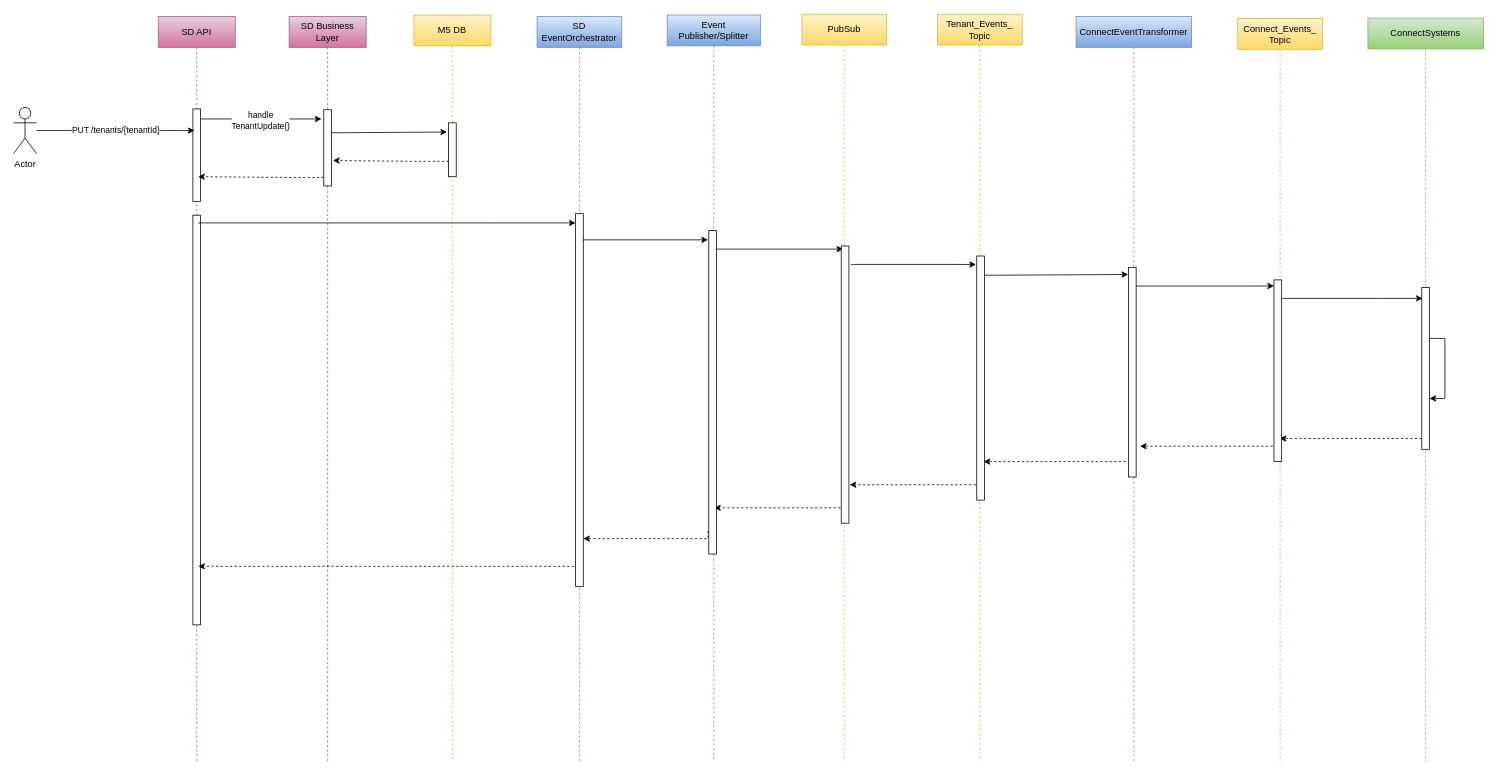
Earlier version of the draw.io diagram TenantSequence.drawio (srinivaspuranamhyd/arc-diagrams). Source tidied: cells renumbered, new cells numbered last; positions are measured from the earlier drawing's top-left corner, leaving out a move shared by most shapes. Both pictures are drawn from the tidied source at 77%, with x=0, y=0 at pixel (13, 14).
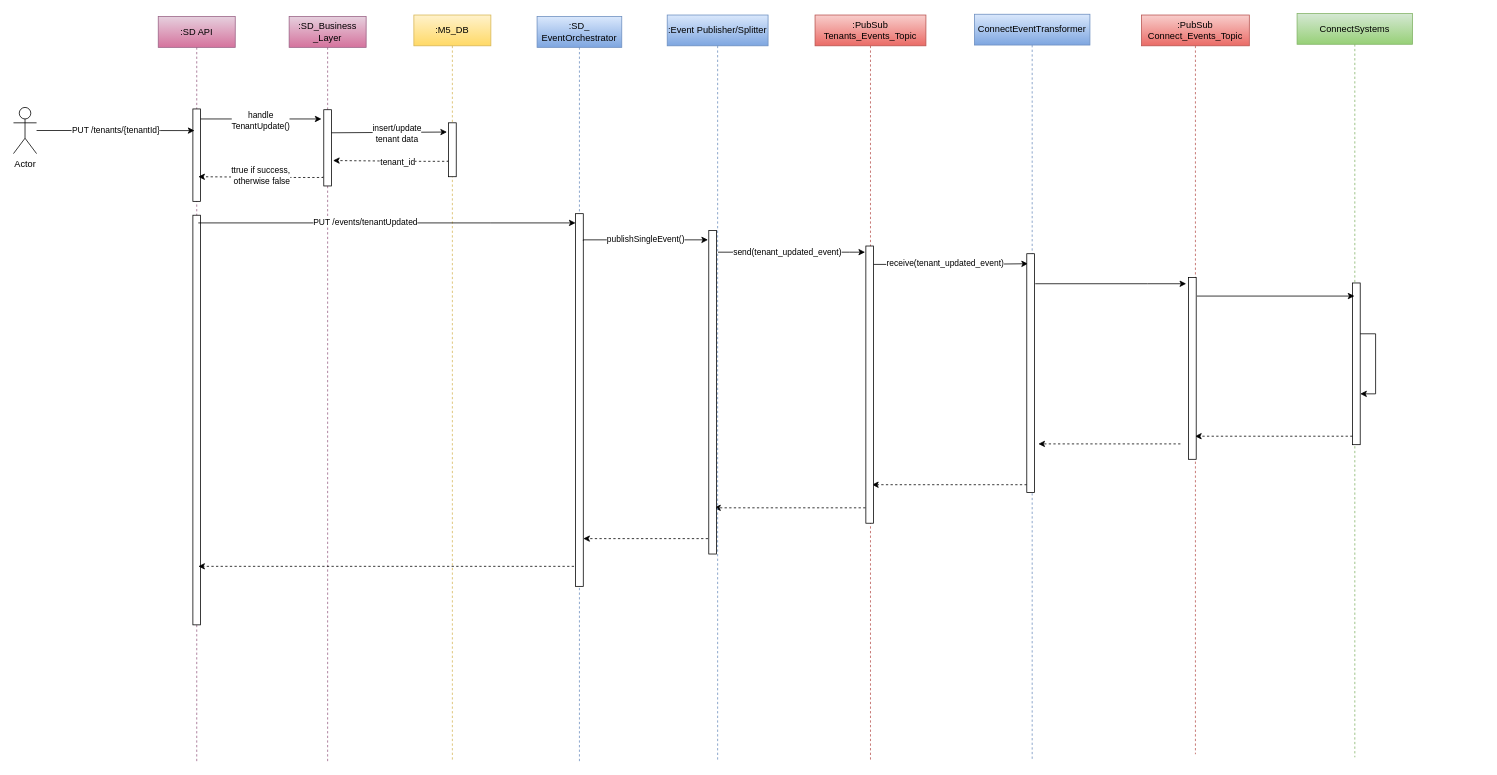
Above is the later version.

The change refers to these unchanged cells:
```xml
<mxCell id="10" style="edgeStyle=orthogonalEdgeStyle;rounded=0;jettySize=auto;html=1;entryX=-0.2;entryY=0.171;entryDx=0;entryDy=0;entryPerimeter=0;" parent="1" edge="1" target="22">
  <mxGeometry relative="1" as="geometry">
    <mxPoint x="407.5" y="155" as="sourcePoint" />
    <Array as="points">
      <mxPoint x="408" y="154" />
    </Array>
  </mxGeometry>
</mxCell>
<mxCell id="20" style="edgeStyle=orthogonalEdgeStyle;rounded=0;orthogonalLoop=1;jettySize=auto;html=1;dashed=1;" parent="1" edge="1">
  <mxGeometry relative="1" as="geometry">
    <mxPoint x="564.5" y="190" as="sourcePoint" />
    <mxPoint x="415" y="190" as="targetPoint" />
    <Array as="points">
      <mxPoint x="525" y="191" />
      <mxPoint x="525" y="191" />
    </Array>
  </mxGeometry>
</mxCell>
<mxCell id="25" style="edgeStyle=orthogonalEdgeStyle;rounded=0;orthogonalLoop=1;jettySize=auto;html=1;dashed=1;" parent="1" edge="1">
  <mxGeometry relative="1" as="geometry">
    <mxPoint x="402" y="211" as="sourcePoint" />
    <mxPoint x="240" y="211" as="targetPoint" />
    <Array as="points">
      <mxPoint x="362.5" y="212" />
      <mxPoint x="362.5" y="212" />
    </Array>
  </mxGeometry>
</mxCell>
<mxCell id="26" style="edgeStyle=orthogonalEdgeStyle;rounded=0;orthogonalLoop=1;jettySize=auto;html=1;" parent="1" edge="1">
  <mxGeometry relative="1" as="geometry">
    <mxPoint x="240" y="271" as="sourcePoint" />
    <mxPoint x="730" y="271" as="targetPoint" />
    <Array as="points">
      <mxPoint x="620" y="271" />
      <mxPoint x="620" y="271" />
    </Array>
  </mxGeometry>
</mxCell>
<mxCell id="27" style="edgeStyle=orthogonalEdgeStyle;rounded=0;orthogonalLoop=1;jettySize=auto;html=1;" parent="1" edge="1">
  <mxGeometry relative="1" as="geometry">
    <mxPoint x="740" y="294" as="sourcePoint" />
    <mxPoint x="902" y="293" as="targetPoint" />
    <Array as="points">
      <mxPoint x="740.5" y="293" />
    </Array>
  </mxGeometry>
</mxCell>
```

The edit, as a diff of the source:
```diff
@@
-    <mxCell id="2" style="edgeStyle=orthogonalEdgeStyle;rounded=0;orthogonalLoop=1;jettySize=auto;html=1;dashed=1;" parent="1" edge="1">
+    <mxCell id="2" style="edgeStyle=orthogonalEdgeStyle;rounded=0;jettySize=auto;html=1;dashed=1;" parent="1" edge="1" source="15">
       <mxGeometry relative="1" as="geometry">
-        <mxPoint x="1080" y="641" as="sourcePoint" />
         <mxPoint x="910" y="641" as="targetPoint" />
         <Array as="points">
-          <mxPoint x="985.5" y="641" />
-          <mxPoint x="985.5" y="641" />
+          <mxPoint x="1080" y="641" />
+          <mxPoint x="1080" y="641" />
         </Array>
       </mxGeometry>
     </mxCell>
-    <mxCell id="3" style="edgeStyle=orthogonalEdgeStyle;rounded=0;orthogonalLoop=1;jettySize=auto;html=1;dashed=1;" parent="1" edge="1">
+    <mxCell id="3" style="edgeStyle=orthogonalEdgeStyle;rounded=0;jettySize=auto;html=1;dashed=1;" parent="1" edge="1" source="41">
       <mxGeometry relative="1" as="geometry">
-        <mxPoint x="1256" y="611" as="sourcePoint" />
-        <mxPoint x="1086" y="611" as="targetPoint" />
+        <mxPoint x="1115" y="611" as="targetPoint" />
         <Array as="points">
-          <mxPoint x="1161.5" y="611" />
-          <mxPoint x="1161.5" y="611" />
+          <mxPoint x="1290" y="611" />
+          <mxPoint x="1290" y="611" />
         </Array>
       </mxGeometry>
     </mxCell>
     <mxCell id="4" style="edgeStyle=orthogonalEdgeStyle;rounded=0;orthogonalLoop=1;jettySize=auto;html=1;dashed=1;" parent="1" edge="1">
       <mxGeometry relative="1" as="geometry">
-        <mxPoint x="1647.5" y="561" as="sourcePoint" />
-        <mxPoint x="1463" y="561" as="targetPoint" />
+        <mxPoint x="1515.5" y="558" as="sourcePoint" />
+        <mxPoint x="1331" y="558" as="targetPoint" />
         <Array as="points">
-          <mxPoint x="1538.5" y="561" />
-          <mxPoint x="1538.5" y="561" />
+          <mxPoint x="1406.5" y="558" />
+          <mxPoint x="1406.5" y="558" />
         </Array>
       </mxGeometry>
     </mxCell>
@@
-    <mxCell id="7" value="SD API" style="shape=umlLifeline;perimeter=lifelinePerimeter;whiteSpace=wrap;html=1;outlineConnect=0;gradientColor=#d5739d;fillColor=#e6d0de;strokeColor=#996185;" parent="1" vertex="1">
+    <mxCell id="7" value=":SD API" style="shape=umlLifeline;perimeter=lifelinePerimeter;whiteSpace=wrap;html=1;outlineConnect=0;gradientColor=#d5739d;fillColor=#e6d0de;strokeColor=#996185;" parent="1" vertex="1">
       <mxGeometry x="188" y="3" width="100" height="968" as="geometry" />
     </mxCell>
@@
+    <mxCell id="45" value="insert/update&lt;br&gt;tenant data" style="edgeLabel;html=1;align=center;verticalAlign=middle;" parent="10" vertex="1">
+      <mxGeometry x="0.16" y="-1" relative="1" as="geometry" />
+    </mxCell>
-    <mxCell id="11" value="SD Business Layer" style="shape=umlLifeline;perimeter=lifelinePerimeter;whiteSpace=wrap;html=1;gradientColor=#d5739d;fillColor=#e6d0de;strokeColor=#996185;" parent="1" vertex="1">
+    <mxCell id="11" value=":SD_Business _Layer" style="shape=umlLifeline;perimeter=lifelinePerimeter;whiteSpace=wrap;html=1;gradientColor=#d5739d;fillColor=#e6d0de;strokeColor=#996185;" parent="1" vertex="1">
       <mxGeometry x="358" y="3" width="100" height="968" as="geometry" />
     </mxCell>
@@
-    <mxCell id="13" value="SD EventOrchestrator" style="shape=umlLifeline;perimeter=lifelinePerimeter;whiteSpace=wrap;html=1;gradientColor=#7ea6e0;fillColor=#dae8fc;strokeColor=#6c8ebf;" parent="1" vertex="1">
+    <mxCell id="13" value=":SD_ EventOrchestrator" style="shape=umlLifeline;perimeter=lifelinePerimeter;whiteSpace=wrap;html=1;gradientColor=#7ea6e0;fillColor=#dae8fc;strokeColor=#6c8ebf;" parent="1" vertex="1">
       <mxGeometry x="680" y="3" width="110" height="968" as="geometry" />
     </mxCell>
@@
-    <mxCell id="15" value="PubSub" style="shape=umlLifeline;perimeter=lifelinePerimeter;whiteSpace=wrap;html=1;outlineConnect=0;gradientColor=#ffd966;fillColor=#fff2cc;strokeColor=#d6b656;" parent="1" vertex="1">
-      <mxGeometry x="1024" width="110" height="971" as="geometry" />
+    <mxCell id="15" value=":PubSub&lt;br&gt;Tenants_Events_Topic" style="shape=umlLifeline;perimeter=lifelinePerimeter;whiteSpace=wrap;html=1;outlineConnect=0;fillColor=#f8cecc;strokeColor=#b85450;gradientColor=#ea6b66;" parent="1" vertex="1">
+      <mxGeometry x="1041" y="1" width="144" height="970" as="geometry" />
     </mxCell>
     <mxCell id="16" value="ConnectEventTransformer" style="shape=umlLifeline;perimeter=lifelinePerimeter;whiteSpace=wrap;html=1;gradientColor=#7ea6e0;fillColor=#dae8fc;strokeColor=#6c8ebf;" parent="1" vertex="1">
-      <mxGeometry x="1380" y="3" width="150" height="968" as="geometry" />
+      <mxGeometry x="1248" width="150" height="968" as="geometry" />
     </mxCell>
     <mxCell id="17" value="ConnectSystems" style="shape=umlLifeline;perimeter=lifelinePerimeter;whiteSpace=wrap;html=1;outlineConnect=0;gradientColor=#97d077;fillColor=#d5e8d4;strokeColor=#82b366;" parent="1" vertex="1">
-      <mxGeometry x="1759" y="5" width="150" height="966" as="geometry" />
+      <mxGeometry x="1667" y="-1" width="150" height="966" as="geometry" />
     </mxCell>
     <mxCell id="18" style="html=1;points=[];perimeter=orthogonalPerimeter;" parent="17" vertex="1">
-      <mxGeometry x="70" y="350" width="10" height="210" as="geometry" />
+      <mxGeometry x="72" y="350" width="10" height="210" as="geometry" />
     </mxCell>
     <mxCell id="19" style="edgeStyle=orthogonalEdgeStyle;rounded=0;orthogonalLoop=1;jettySize=auto;html=1;" parent="17" edge="1" source="18" target="18">
       <mxGeometry relative="1" as="geometry">
         <Array as="points">
-          <mxPoint x="100" y="416" />
+          <mxPoint x="102" y="416" />
         </Array>
       </mxGeometry>
     </mxCell>
@@
+    <mxCell id="46" value="tenant_id" style="edgeLabel;html=1;align=center;verticalAlign=middle;" parent="20" vertex="1">
+      <mxGeometry x="-0.54" relative="1" as="geometry">
+        <mxPoint x="-32" as="offset" />
+      </mxGeometry>
+    </mxCell>
-    <mxCell id="21" value="M5 DB" style="shape=umlLifeline;perimeter=lifelinePerimeter;whiteSpace=wrap;html=1;gradientColor=#ffd966;fillColor=#fff2cc;strokeColor=#d6b656;" parent="1" vertex="1">
+    <mxCell id="21" value=":M5_DB" style="shape=umlLifeline;perimeter=lifelinePerimeter;whiteSpace=wrap;html=1;gradientColor=#ffd966;fillColor=#fff2cc;strokeColor=#d6b656;" parent="1" vertex="1">
       <mxGeometry x="520" y="1" width="100" height="970" as="geometry" />
     </mxCell>
@@
+    <mxCell id="47" value="ttrue if success,&lt;br&gt;&amp;nbsp;otherwise false&lt;br&gt;" style="edgeLabel;html=1;align=center;verticalAlign=middle;" parent="25" vertex="1">
+      <mxGeometry x="0.02" y="-2" relative="1" as="geometry" />
+    </mxCell>
@@
+    <mxCell id="48" value="PUT /events/tenantUpdated" style="edgeLabel;html=1;align=center;verticalAlign=middle;" parent="26" vertex="1">
+      <mxGeometry x="-0.12" y="2" relative="1" as="geometry" />
+    </mxCell>
@@
+    <mxCell id="49" value="publishSingleEvent()" style="edgeLabel;html=1;align=center;verticalAlign=middle;" parent="27" vertex="1">
+      <mxGeometry x="-0.2" y="-4" relative="1" as="geometry">
+        <mxPoint x="16" y="-6" as="offset" />
+      </mxGeometry>
+    </mxCell>
     <mxCell id="28" style="edgeStyle=orthogonalEdgeStyle;rounded=0;orthogonalLoop=1;jettySize=auto;html=1;" parent="1" edge="1">
       <mxGeometry relative="1" as="geometry">
-        <mxPoint x="909" y="305" as="sourcePoint" />
-        <mxPoint x="1077.5" y="305" as="targetPoint" />
+        <mxPoint x="915" y="309" as="sourcePoint" />
+        <mxPoint x="1106" y="309" as="targetPoint" />
         <Array as="points">
-          <mxPoint x="909" y="305" />
+          <mxPoint x="1086" y="309" />
+          <mxPoint x="1086" y="309" />
         </Array>
       </mxGeometry>
     </mxCell>
-    <mxCell id="29" value="Tenant_Events_&lt;br&gt;Topic" style="shape=umlLifeline;perimeter=lifelinePerimeter;whiteSpace=wrap;html=1;gradientColor=#ffd966;fillColor=#fff2cc;strokeColor=#d6b656;" parent="1" vertex="1">
-      <mxGeometry x="1200" width="110" height="971" as="geometry" />
-    </mxCell>
+    <mxCell id="50" value="send(tenant_updated_event)" style="edgeLabel;html=1;align=center;verticalAlign=middle;" parent="28" vertex="1">
+      <mxGeometry x="-0.22" y="-1" relative="1" as="geometry">
+        <mxPoint x="15" y="-2" as="offset" />
+      </mxGeometry>
+    </mxCell>
-    <mxCell id="30" value="Connect_Events_&lt;br&gt;Topic" style="shape=umlLifeline;perimeter=lifelinePerimeter;whiteSpace=wrap;html=1;outlineConnect=0;gradientColor=#ffd966;fillColor=#fff2cc;strokeColor=#d6b656;" parent="1" vertex="1">
-      <mxGeometry x="1590" y="5.5" width="110" height="965.5" as="geometry" />
+    <mxCell id="30" value=":PubSub&lt;br&gt;Connect_Events_Topic" style="shape=umlLifeline;perimeter=lifelinePerimeter;whiteSpace=wrap;html=1;outlineConnect=0;gradientColor=#ea6b66;fillColor=#f8cecc;strokeColor=#b85450;" parent="1" vertex="1">
+      <mxGeometry x="1465" y="1" width="140" height="960" as="geometry" />
     </mxCell>
-    <mxCell id="31" style="edgeStyle=orthogonalEdgeStyle;rounded=0;orthogonalLoop=1;jettySize=auto;html=1;exitX=1.267;exitY=0.063;exitDx=0;exitDy=0;exitPerimeter=0;" parent="1" edge="1">
+    <mxCell id="31" style="edgeStyle=orthogonalEdgeStyle;rounded=0;jettySize=auto;html=1;exitX=1.267;exitY=0.063;exitDx=0;exitDy=0;exitPerimeter=0;entryX=0.151;entryY=0.042;entryDx=0;entryDy=0;entryPerimeter=0;" parent="1" edge="1" target="41">
       <mxGeometry relative="1" as="geometry">
-        <mxPoint x="1087.7" y="324.9" as="sourcePoint" />
-        <mxPoint x="1250" y="325" as="targetPoint" />
+        <mxPoint x="1116.7" y="324.9" as="sourcePoint" />
         <Array as="points">
-          <mxPoint x="1210" y="325" />
-          <mxPoint x="1210" y="325" />
+          <mxPoint x="1239" y="324" />
         </Array>
       </mxGeometry>
     </mxCell>
-    <mxCell id="32" style="edgeStyle=orthogonalEdgeStyle;rounded=0;jettySize=auto;html=1;entryX=-0.033;entryY=0.033;entryDx=0;entryDy=0;entryPerimeter=0;" parent="1" edge="1" target="41">
-      <mxGeometry relative="1" as="geometry">
-        <mxPoint x="1262" y="338" as="sourcePoint" />
-        <Array as="points">
-          <mxPoint x="1262" y="339" />
-        </Array>
-      </mxGeometry>
-    </mxCell>
+    <mxCell id="51" value="receive(tenant_updated_event)" style="edgeLabel;html=1;align=center;verticalAlign=middle;" parent="31" vertex="1">
+      <mxGeometry x="-0.23" y="2" relative="1" as="geometry">
+        <mxPoint x="16" as="offset" />
+      </mxGeometry>
+    </mxCell>
-    <mxCell id="33" style="edgeStyle=orthogonalEdgeStyle;rounded=0;orthogonalLoop=1;jettySize=auto;html=1;entryX=0.3;entryY=0.031;entryDx=0;entryDy=0;entryPerimeter=0;" parent="1" edge="1">
+    <mxCell id="33" style="edgeStyle=orthogonalEdgeStyle;rounded=0;orthogonalLoop=1;jettySize=auto;html=1;" parent="1" edge="1">
       <mxGeometry relative="1" as="geometry">
-        <mxPoint x="1456" y="353" as="sourcePoint" />
-        <mxPoint x="1637" y="352.9" as="targetPoint" />
+        <mxPoint x="1327" y="350" as="sourcePoint" />
+        <mxPoint x="1523" y="350" as="targetPoint" />
         <Array as="points">
-          <mxPoint x="1600" y="353" />
-          <mxPoint x="1600" y="353" />
+          <mxPoint x="1473" y="350" />
+          <mxPoint x="1473" y="350" />
         </Array>
       </mxGeometry>
     </mxCell>
-    <mxCell id="34" style="edgeStyle=orthogonalEdgeStyle;rounded=0;orthogonalLoop=1;jettySize=auto;html=1;" parent="1" edge="1">
+    <mxCell id="34" style="edgeStyle=orthogonalEdgeStyle;rounded=0;jettySize=auto;html=1;" parent="1" edge="1" target="17">
       <mxGeometry relative="1" as="geometry">
-        <mxPoint x="1648" y="369" as="sourcePoint" />
-        <mxPoint x="1830" y="369" as="targetPoint" />
+        <mxPoint x="1537" y="366" as="sourcePoint" />
         <Array as="points">
-          <mxPoint x="1770" y="369" />
-          <mxPoint x="1770" y="369" />
+          <mxPoint x="1690" y="366" />
+          <mxPoint x="1690" y="366" />
         </Array>
       </mxGeometry>
     </mxCell>
     <mxCell id="35" style="edgeStyle=orthogonalEdgeStyle;rounded=0;jettySize=auto;html=1;dashed=1;" parent="1" edge="1" source="18" target="30">
       <mxGeometry relative="1" as="geometry">
         <Array as="points">
-          <mxPoint x="1720" y="551" />
-          <mxPoint x="1720" y="551" />
+          <mxPoint x="1609" y="548" />
+          <mxPoint x="1609" y="548" />
         </Array>
       </mxGeometry>
     </mxCell>
-    <mxCell id="36" style="edgeStyle=orthogonalEdgeStyle;rounded=0;orthogonalLoop=1;jettySize=auto;html=1;dashed=1;" parent="1" edge="1">
-      <mxGeometry relative="1" as="geometry">
-        <mxPoint x="1444.5" y="581" as="sourcePoint" />
-        <mxPoint x="1260" y="581" as="targetPoint" />
-        <Array as="points">
-          <mxPoint x="1335.5" y="581" />
-          <mxPoint x="1335.5" y="581" />
-        </Array>
-      </mxGeometry>
-    </mxCell>
-    <mxCell id="37" value="Event Publisher/Splitter" style="shape=umlLifeline;perimeter=lifelinePerimeter;whiteSpace=wrap;html=1;gradientColor=#7ea6e0;fillColor=#dae8fc;strokeColor=#6c8ebf;" parent="1" vertex="1">
-      <mxGeometry x="849" y="1" width="121" height="970" as="geometry" />
+    <mxCell id="37" value=":Event Publisher/Splitter" style="shape=umlLifeline;perimeter=lifelinePerimeter;whiteSpace=wrap;html=1;gradientColor=#7ea6e0;fillColor=#dae8fc;strokeColor=#6c8ebf;" parent="1" vertex="1">
+      <mxGeometry x="849" y="1" width="131" height="970" as="geometry" />
     </mxCell>
@@
     <mxCell id="39" style="html=1;perimeter=orthogonalPerimeter;" parent="37" vertex="1">
-      <mxGeometry x="226" y="300" width="10" height="360" as="geometry" />
+      <mxGeometry x="258" y="300" width="10" height="360" as="geometry" />
     </mxCell>
-    <mxCell id="40" style="html=1;perimeter=orthogonalPerimeter;" parent="37" vertex="1">
-      <mxGeometry x="402" y="313" width="10" height="317" as="geometry" />
-    </mxCell>
     <mxCell id="41" style="html=1;points=[];perimeter=orthogonalPerimeter;" parent="37" vertex="1">
-      <mxGeometry x="599" y="328" width="10" height="272" as="geometry" />
+      <mxGeometry x="467" y="310" width="10" height="310" as="geometry" />
     </mxCell>
     <mxCell id="42" style="html=1;perimeter=orthogonalPerimeter;" parent="37" vertex="1">
-      <mxGeometry x="788" y="344" width="10" height="236" as="geometry" />
+      <mxGeometry x="677" y="341" width="10" height="236" as="geometry" />
     </mxCell>
     <mxCell id="43" style="edgeStyle=orthogonalEdgeStyle;rounded=0;orthogonalLoop=1;jettySize=auto;html=1;dashed=1;" parent="1" edge="1">
       <mxGeometry relative="1" as="geometry">
-        <mxPoint x="902" y="671" as="sourcePoint" />
+        <mxPoint x="902" y="681" as="sourcePoint" />
         <mxPoint x="740" y="681" as="targetPoint" />
         <Array as="points">
           <mxPoint x="902" y="681" />
           <mxPoint x="740" y="681" />
         </Array>
       </mxGeometry>
     </mxCell>
```
